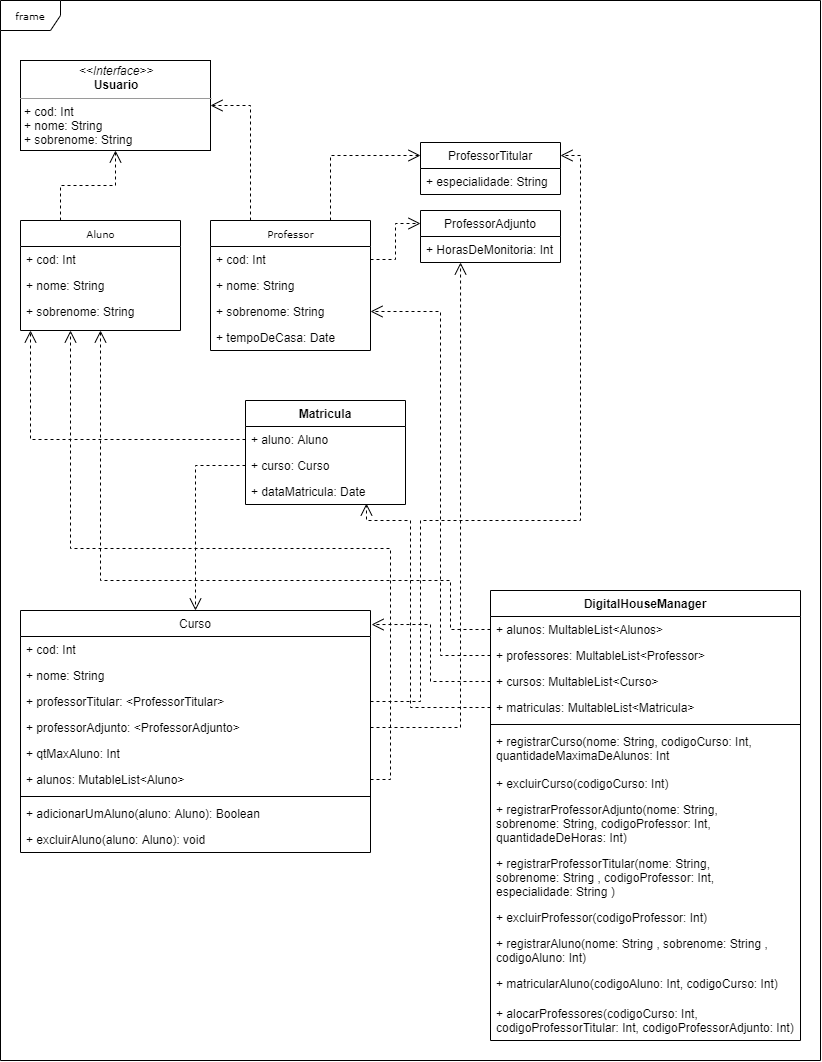
Above: AULA 13 - DESAFIO KOTLIN - EXERCÍCIO.png in leandrofreires/santander-desafio-kotlin (draw.io), before the change. Source tidied: cells renumbered, new cells last; positions are measured from the earlier drawing's top-left corner, leaving out a move shared by most shapes.
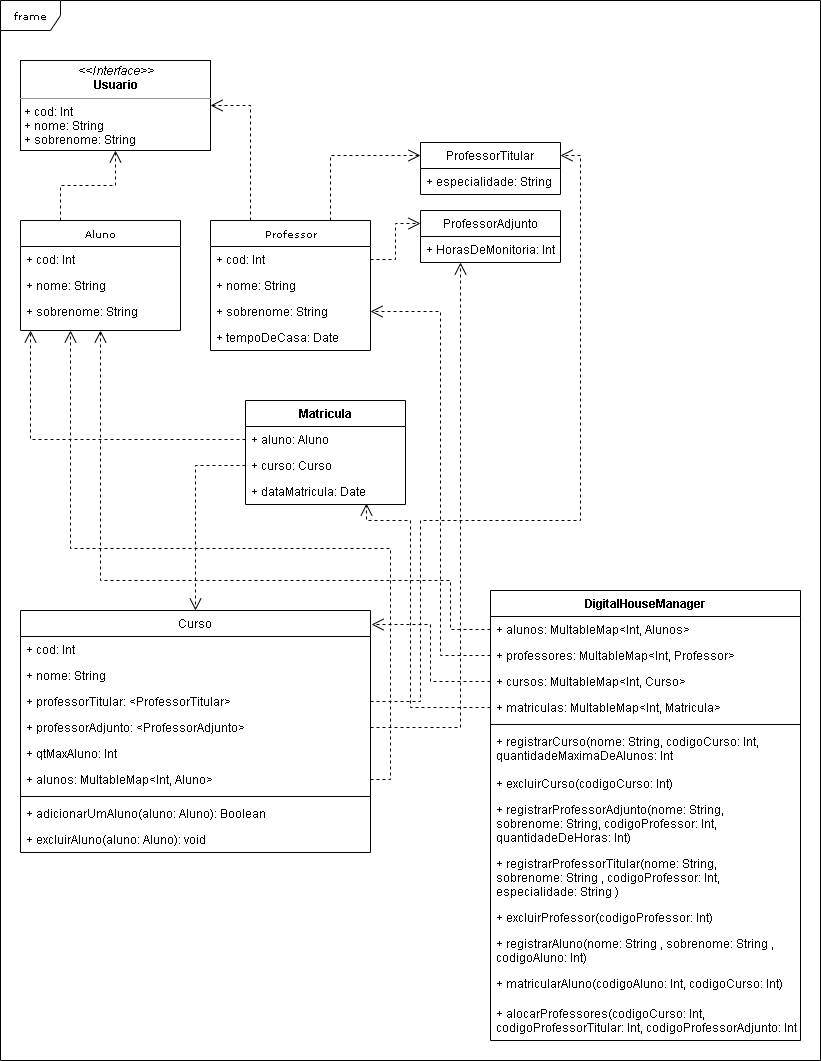
Above is the later version.

Commit message:
atualização do diagrame de classe

Change to the diagram source:
```diff
@@ -62,16 +62,16 @@
     <mxCell id="21" value="DigitalHouseManager" style="swimlane;fontStyle=1;align=center;verticalAlign=top;horizontal=1;startSize=26;" parent="1" vertex="1">
       <mxGeometry x="490" y="590" width="310" height="450" as="geometry" />
     </mxCell>
-    <mxCell id="22" value="+ alunos: MultableList&lt;Alunos&gt;" style="text;strokeColor=none;fillColor=none;align=left;verticalAlign=top;spacingLeft=4;spacingRight=4;overflow=hidden;points=[[0,0.5],[1,0.5]];portConstraint=eastwest;" parent="21" vertex="1">
+    <mxCell id="22" value="+ alunos: MultableMap&lt;Int, Alunos&gt;" style="text;strokeColor=none;fillColor=none;align=left;verticalAlign=top;spacingLeft=4;spacingRight=4;overflow=hidden;points=[[0,0.5],[1,0.5]];portConstraint=eastwest;" parent="21" vertex="1">
       <mxGeometry y="26" width="310" height="26" as="geometry" />
     </mxCell>
-    <mxCell id="23" value="+ professores: MultableList&lt;Professor&gt;" style="text;strokeColor=none;fillColor=none;align=left;verticalAlign=top;spacingLeft=4;spacingRight=4;overflow=hidden;points=[[0,0.5],[1,0.5]];portConstraint=eastwest;" parent="21" vertex="1">
+    <mxCell id="23" value="+ professores: MultableMap&lt;Int, Professor&gt;" style="text;strokeColor=none;fillColor=none;align=left;verticalAlign=top;spacingLeft=4;spacingRight=4;overflow=hidden;points=[[0,0.5],[1,0.5]];portConstraint=eastwest;" parent="21" vertex="1">
       <mxGeometry y="52" width="310" height="26" as="geometry" />
     </mxCell>
-    <mxCell id="24" value="+ cursos: MultableList&lt;Curso&gt;" style="text;strokeColor=none;fillColor=none;align=left;verticalAlign=top;spacingLeft=4;spacingRight=4;overflow=hidden;points=[[0,0.5],[1,0.5]];portConstraint=eastwest;" parent="21" vertex="1">
+    <mxCell id="24" value="+ cursos: MultableMap&lt;Int, Curso&gt;" style="text;strokeColor=none;fillColor=none;align=left;verticalAlign=top;spacingLeft=4;spacingRight=4;overflow=hidden;points=[[0,0.5],[1,0.5]];portConstraint=eastwest;" parent="21" vertex="1">
       <mxGeometry y="78" width="310" height="26" as="geometry" />
     </mxCell>
-    <mxCell id="25" value="+ matriculas: MultableList&lt;Matricula&gt;" style="text;strokeColor=none;fillColor=none;align=left;verticalAlign=top;spacingLeft=4;spacingRight=4;overflow=hidden;points=[[0,0.5],[1,0.5]];portConstraint=eastwest;" parent="21" vertex="1">
+    <mxCell id="25" value="+ matriculas: MultableMap&lt;Int, Matricula&gt;" style="text;strokeColor=none;fillColor=none;align=left;verticalAlign=top;spacingLeft=4;spacingRight=4;overflow=hidden;points=[[0,0.5],[1,0.5]];portConstraint=eastwest;" parent="21" vertex="1">
       <mxGeometry y="104" width="310" height="26" as="geometry" />
     </mxCell>
     <mxCell id="26" style="line;strokeWidth=1;fillColor=none;align=left;verticalAlign=middle;spacingTop=-1;spacingLeft=3;spacingRight=3;labelPosition=right;" parent="21" vertex="1">
@@ -119,7 +119,7 @@
     <mxCell id="40" value="+ qtMaxAluno: Int" style="text;strokeColor=none;fillColor=none;align=left;verticalAlign=top;spacingLeft=4;spacingRight=4;overflow=hidden;" parent="35" vertex="1">
       <mxGeometry y="130" width="350" height="26" as="geometry" />
     </mxCell>
-    <mxCell id="41" value="+ alunos: MutableList&lt;Aluno&gt;" style="text;strokeColor=none;fillColor=none;align=left;verticalAlign=top;spacingLeft=4;spacingRight=4;overflow=hidden;points=[[0,0.5],[1,0.5]];portConstraint=eastwest;" parent="35" vertex="1">
+    <mxCell id="41" value="+ alunos: MultableMap&lt;Int, Aluno&gt;" style="text;strokeColor=none;fillColor=none;align=left;verticalAlign=top;spacingLeft=4;spacingRight=4;overflow=hidden;points=[[0,0.5],[1,0.5]];portConstraint=eastwest;" parent="35" vertex="1">
       <mxGeometry y="156" width="350" height="26" as="geometry" />
     </mxCell>
     <mxCell id="42" style="line;strokeWidth=1;fillColor=none;align=left;verticalAlign=middle;spacingTop=-1;spacingLeft=3;spacingRight=3;labelPosition=right;" parent="35" vertex="1">
```
